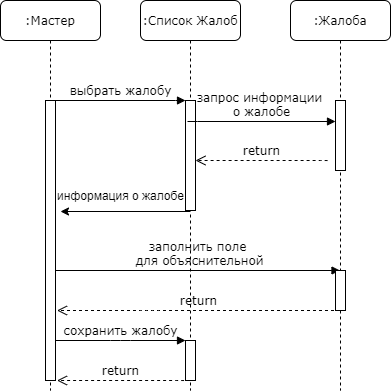
The draw.io diagram pictures/diagrams/sequence_diagram_3.png in dariaGap/software-architecture-design, before a commit. Source tidied: cells renumbered, new cells last; positions are measured from the earlier drawing's top-left corner, leaving out a move shared by most shapes.
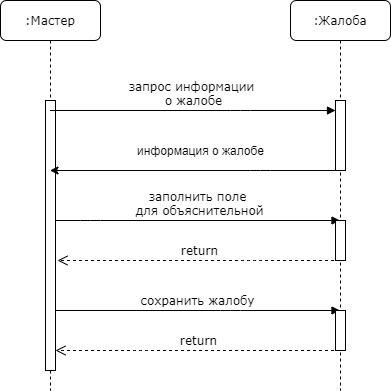
The same file after the commit.

Commit message:
update sequence diagram

Change to the diagram source:
```diff
@@ -2,59 +2,56 @@
   <root>
     <mxCell id="0" />
     <mxCell id="1" parent="0" />
-    <mxCell id="2" value=":Список Жалоб" style="shape=umlLifeline;perimeter=lifelinePerimeter;whiteSpace=wrap;html=1;outlineConnect=0;rounded=1;shadow=0;comic=0;labelBackgroundColor=none;strokeWidth=1;fontFamily=Verdana;fontSize=12;align=center;" parent="1" vertex="1">
-      <mxGeometry x="254" width="100" height="390" as="geometry" />
-    </mxCell>
-    <mxCell id="3" style="html=1;points=[];perimeter=orthogonalPerimeter;rounded=0;shadow=0;comic=0;labelBackgroundColor=none;strokeWidth=1;fontFamily=Verdana;fontSize=12;align=center;" parent="2" vertex="1">
-      <mxGeometry x="45" y="100" width="10" height="110" as="geometry" />
-    </mxCell>
-    <mxCell id="4" style="html=1;perimeter=orthogonalPerimeter;rounded=0;shadow=0;comic=0;labelBackgroundColor=none;strokeWidth=1;fontFamily=Verdana;fontSize=12;align=center;" parent="2" vertex="1">
-      <mxGeometry x="45" y="340" width="10" height="40" as="geometry" />
-    </mxCell>
     <mxCell id="5" value=":Мастер" style="shape=umlLifeline;perimeter=lifelinePerimeter;whiteSpace=wrap;html=1;outlineConnect=0;rounded=1;shadow=0;comic=0;labelBackgroundColor=none;strokeWidth=1;fontFamily=Verdana;fontSize=12;align=center;" parent="1" vertex="1">
       <mxGeometry x="114" width="100" height="390" as="geometry" />
     </mxCell>
     <mxCell id="6" style="html=1;points=[];perimeter=orthogonalPerimeter;rounded=0;shadow=0;comic=0;labelBackgroundColor=none;strokeWidth=1;fontFamily=Verdana;fontSize=12;align=center;" parent="5" vertex="1">
-      <mxGeometry x="45" y="100" width="10" height="280" as="geometry" />
+      <mxGeometry x="45" y="100" width="10" height="270" as="geometry" />
     </mxCell>
-    <mxCell id="7" value="выбрать жалобу" style="html=1;verticalAlign=bottom;endArrow=block;entryX=0;entryY=0;labelBackgroundColor=none;fontFamily=Verdana;fontSize=12;edgeStyle=elbowEdgeStyle;elbow=vertical;" parent="1" edge="1" source="6" target="3">
-      <mxGeometry relative="1" as="geometry" />
-    </mxCell>
-    <mxCell id="8" style="endArrow=classic;html=1;" parent="1" edge="1" source="2">
+    <mxCell id="8" style="endArrow=classic;html=1;" parent="1" edge="1" source="14" target="5">
       <mxGeometry relative="1" as="geometry">
-        <mxPoint x="174" y="211" as="targetPoint" />
+        <Array as="points">
+          <mxPoint x="374" y="170" />
+        </Array>
       </mxGeometry>
     </mxCell>
     <mxCell id="9" value="информация о жалобе" style="text;html=1;align=center;verticalAlign=middle;" parent="1" vertex="1">
-      <mxGeometry x="164" y="185" width="140" height="20" as="geometry" />
+      <mxGeometry x="244" y="140" width="140" height="20" as="geometry" />
     </mxCell>
     <mxCell id="10" value="заполнить поле&lt;br&gt;&amp;nbsp;для объяснительной" style="html=1;verticalAlign=bottom;endArrow=block;labelBackgroundColor=none;fontFamily=Verdana;fontSize=12;edgeStyle=elbowEdgeStyle;elbow=vertical;" parent="1" edge="1" target="14">
       <mxGeometry relative="1" as="geometry">
-        <mxPoint x="169" y="270" as="sourcePoint" />
+        <mxPoint x="169" y="220" as="sourcePoint" />
+        <Array as="points">
+          <mxPoint x="204" y="220" />
+        </Array>
       </mxGeometry>
     </mxCell>
     <mxCell id="11" value="return" style="html=1;verticalAlign=bottom;endArrow=open;dashed=1;endSize=8;labelBackgroundColor=none;fontFamily=Verdana;fontSize=12;edgeStyle=elbowEdgeStyle;elbow=vertical;" parent="1" edge="1" source="14">
       <mxGeometry relative="1" as="geometry">
-        <mxPoint x="170.5" y="310" as="targetPoint" />
+        <mxPoint x="171" y="260" as="targetPoint" />
         <Array as="points">
+          <mxPoint x="364" y="260" />
           <mxPoint x="264" y="310" />
           <mxPoint x="0.5" y="335" />
         </Array>
       </mxGeometry>
     </mxCell>
-    <mxCell id="12" value="сохранить жалобу" style="html=1;verticalAlign=bottom;endArrow=block;entryX=0;entryY=0;labelBackgroundColor=none;fontFamily=Verdana;fontSize=12;edgeStyle=elbowEdgeStyle;elbow=vertical;" parent="1" edge="1">
+    <mxCell id="12" value="сохранить жалобу" style="html=1;verticalAlign=bottom;endArrow=block;labelBackgroundColor=none;fontFamily=Verdana;fontSize=12;edgeStyle=elbowEdgeStyle;elbow=vertical;" parent="1" edge="1" target="14">
       <mxGeometry relative="1" as="geometry">
-        <mxPoint x="169" y="340" as="sourcePoint" />
-        <mxPoint x="299" y="340" as="targetPoint" />
+        <mxPoint x="169" y="310" as="sourcePoint" />
+        <Array as="points">
+          <mxPoint x="344" y="310" />
+        </Array>
       </mxGeometry>
     </mxCell>
-    <mxCell id="13" value="return" style="html=1;verticalAlign=bottom;endArrow=open;dashed=1;endSize=8;labelBackgroundColor=none;fontFamily=Verdana;fontSize=12;edgeStyle=elbowEdgeStyle;elbow=vertical;exitX=-0.3;exitY=0.84;exitDx=0;exitDy=0;exitPerimeter=0;" parent="1" edge="1">
+    <mxCell id="13" value="return" style="html=1;verticalAlign=bottom;endArrow=open;dashed=1;endSize=8;labelBackgroundColor=none;fontFamily=Verdana;fontSize=12;edgeStyle=elbowEdgeStyle;elbow=vertical;" parent="1" edge="1" source="14" target="6">
       <mxGeometry relative="1" as="geometry">
-        <mxPoint x="297.5" y="380.2" as="sourcePoint" />
-        <mxPoint x="170.5" y="380" as="targetPoint" />
         <Array as="points">
-          <mxPoint x="205.5" y="380" />
-          <mxPoint x="0.5" y="405" />
+          <mxPoint x="254" y="350" />
+          <mxPoint x="284" y="380" />
+          <mxPoint x="254" y="370" />
+          <mxPoint x="301" y="360" />
+          <mxPoint x="4" y="415" />
         </Array>
       </mxGeometry>
     </mxCell>
@@ -65,19 +62,19 @@
       <mxGeometry x="45" y="100" width="10" height="70" as="geometry" />
     </mxCell>
     <mxCell id="16" style="html=1;perimeter=orthogonalPerimeter;rounded=0;shadow=0;comic=0;labelBackgroundColor=none;strokeWidth=1;fontFamily=Verdana;fontSize=12;align=center;" parent="14" vertex="1">
-      <mxGeometry x="45" y="270" width="10" height="40" as="geometry" />
+      <mxGeometry x="45" y="220" width="10" height="40" as="geometry" />
     </mxCell>
+    <mxCell id="19" style="html=1;perimeter=orthogonalPerimeter;rounded=0;shadow=0;comic=0;labelBackgroundColor=none;strokeWidth=1;fontFamily=Verdana;fontSize=12;align=center;" parent="14" vertex="1">
+      <mxGeometry x="45" y="310" width="10" height="40" as="geometry" />
+    </mxCell>
-    <mxCell id="17" value="запрос информации &lt;br&gt;о жалобе" style="html=1;verticalAlign=bottom;endArrow=block;labelBackgroundColor=none;fontFamily=Verdana;fontSize=12;edgeStyle=elbowEdgeStyle;elbow=vertical;exitX=0.2;exitY=0.191;exitDx=0;exitDy=0;exitPerimeter=0;" parent="1" edge="1" source="3" target="15">
-      <mxGeometry relative="1" as="geometry" />
+    <mxCell id="17" value="запрос информации &lt;br&gt;о жалобе" style="html=1;verticalAlign=bottom;endArrow=block;labelBackgroundColor=none;fontFamily=Verdana;fontSize=12;edgeStyle=elbowEdgeStyle;elbow=vertical;" parent="1" edge="1" source="5" target="15">
+      <mxGeometry relative="1" as="geometry">
+        <Array as="points">
+          <mxPoint x="354" y="110" />
+          <mxPoint x="414" y="160" />
+          <mxPoint x="164" y="121" />
+        </Array>
+      </mxGeometry>
     </mxCell>
-    <mxCell id="18" value="return" style="html=1;verticalAlign=bottom;endArrow=open;dashed=1;endSize=8;labelBackgroundColor=none;fontFamily=Verdana;fontSize=12;edgeStyle=elbowEdgeStyle;elbow=vertical;exitX=-0.3;exitY=0.84;exitDx=0;exitDy=0;exitPerimeter=0;" parent="1" edge="1" target="3">
-      <mxGeometry relative="1" as="geometry">
-        <mxPoint x="441" y="160.2" as="sourcePoint" />
-        <Array as="points">
-          <mxPoint x="464" y="160" />
-          <mxPoint x="144" y="185" />
-        </Array>
-      </mxGeometry>
-    </mxCell>
   </root>
 </mxGraphModel>
```
